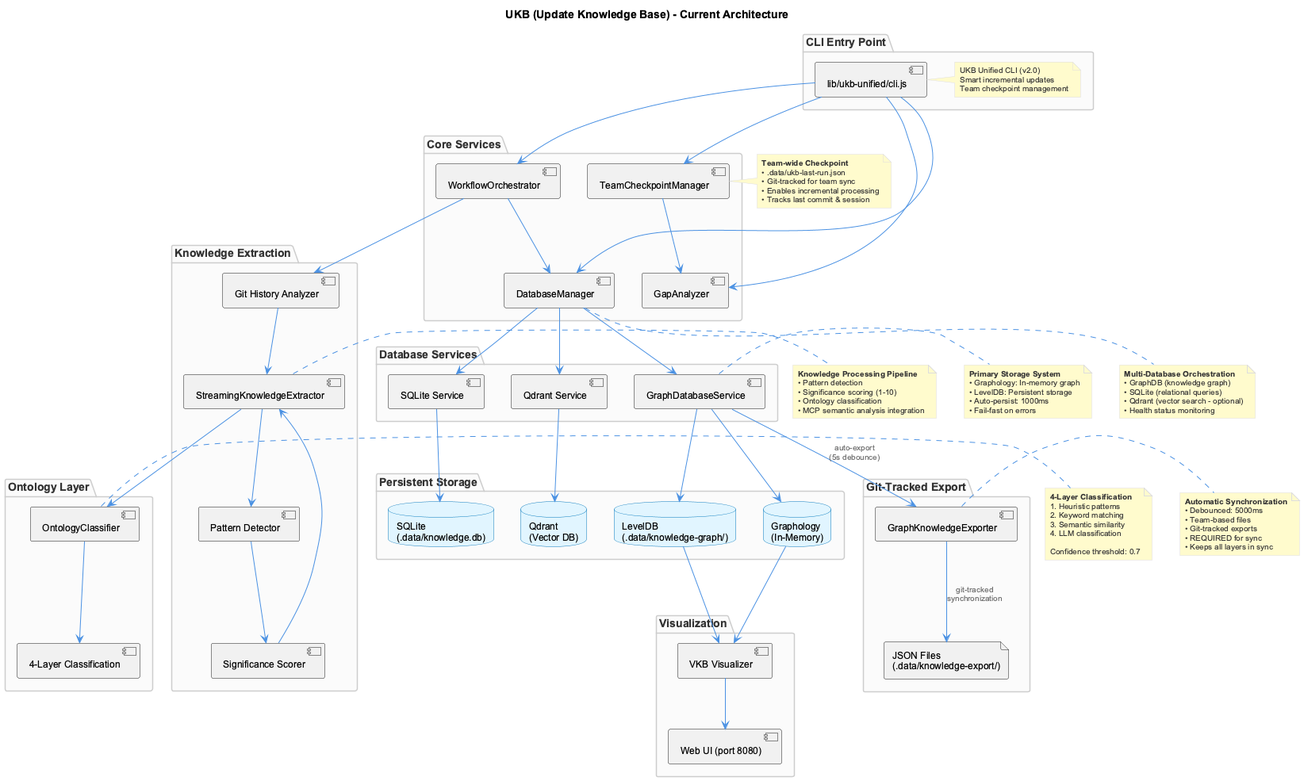
Earlier version of the PlantUML export docs-content/images/ukb-architecture.png (fwornle/coding).
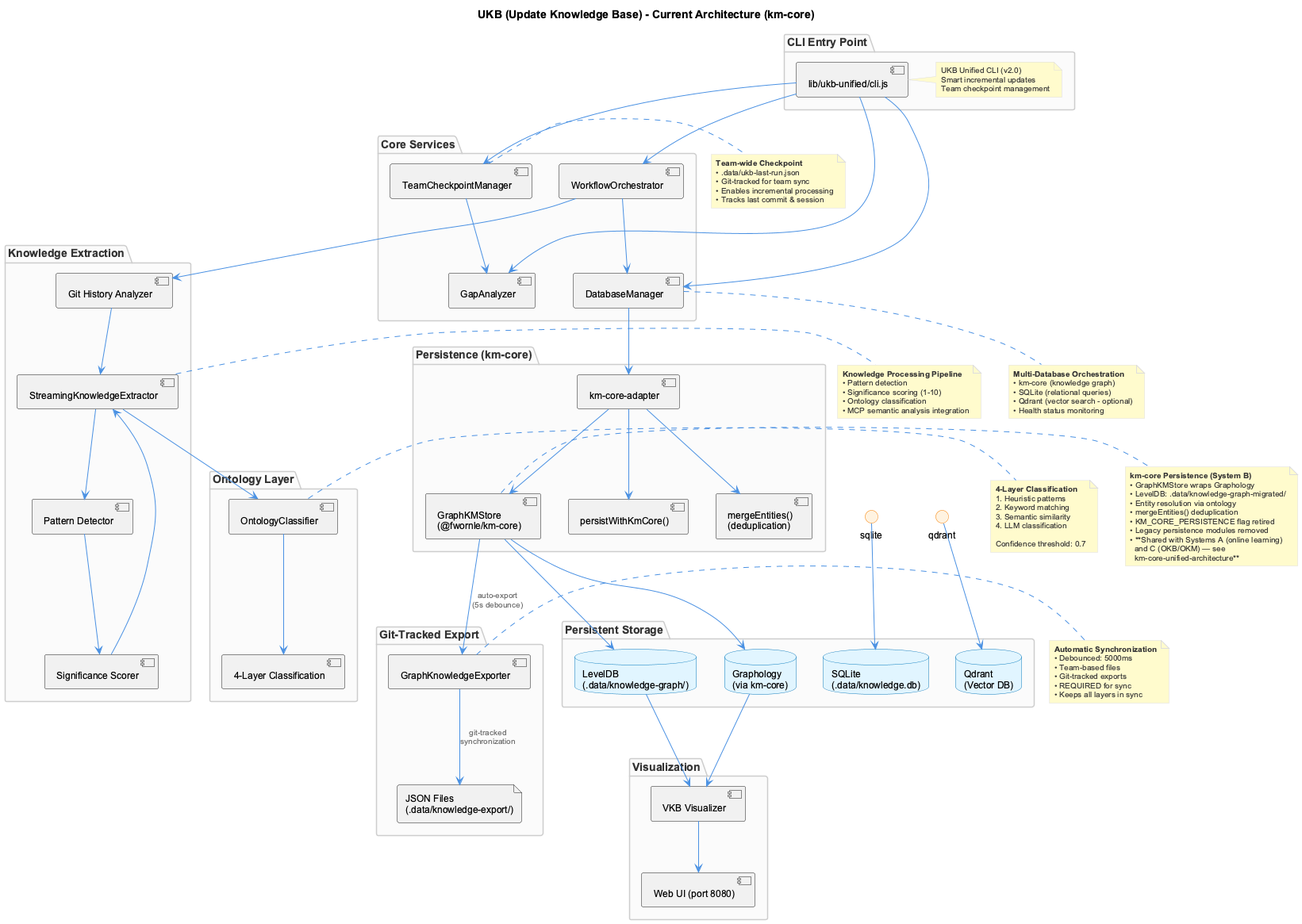
After the commit.

Diff of the diagram source:
```diff
@@ -1,7 +1,7 @@
 @startuml ukb-architecture
 !include _standard-style.puml
 
-title UKB (Update Knowledge Base) - Current Architecture
+title UKB (Update Knowledge Base) - Current Architecture (km-core)
 
 top to bottom direction
 
@@ -33,14 +33,15 @@
   [4-Layer Classification] as layers
 }
 
-package "Database Services" {
-  [GraphDatabaseService] as graph_db
-  [SQLite Service] as sqlite
-  [Qdrant Service] as qdrant
+package "Persistence (km-core)" {
+  [km-core-adapter] as km_adapter
+  [GraphKMStore\n(@fwornle/km-core)] as km_store
+  [persistWithKmCore()] as persist_fn
+  [mergeEntities()\n(deduplication)] as merge_fn
 }
 
 package "Persistent Storage" {
-  database "Graphology\n(In-Memory)" as graphology
+  database "Graphology\n(via km-core)" as graphology
   database "LevelDB\n(.data/knowledge-graph/)" as leveldb
   database "SQLite\n(.data/knowledge.db)" as sqlite_db
   database "Qdrant\n(Vector DB)" as qdrant_db
@@ -71,18 +72,19 @@
 extractor --> ontology
 ontology --> layers
 
-db_mgr --> graph_db
-db_mgr --> sqlite
-db_mgr --> qdrant
+db_mgr --> km_adapter
+km_adapter --> km_store
+km_adapter --> persist_fn
+km_adapter --> merge_fn
 
 checkpoint --> gap
 
-graph_db --> graphology
-graph_db --> leveldb
+km_store --> graphology
+km_store --> leveldb
 sqlite --> sqlite_db
 qdrant --> qdrant_db
 
-graph_db --> exporter : auto-export\n(5s debounce)
+km_store --> exporter : auto-export\n(5s debounce)
 exporter --> json_export : git-tracked\nsynchronization
 
 leveldb --> vkb
@@ -97,12 +99,17 @@
   • Tracks last commit & session
 end note
 
-note right of graph_db
-  **Primary Storage System**
-  • Graphology: In-memory graph
-  • LevelDB: Persistent storage
-  • Auto-persist: 1000ms
-  • Fail-fast on errors
+note right of km_store
+  **km-core Persistence (System B)**
+  • GraphKMStore wraps Graphology
+  • LevelDB: .data/knowledge-graph-migrated/
+  • Entity resolution via ontology
+  • mergeEntities() deduplication
+  • KM_CORE_PERSISTENCE flag retired
+  • Legacy persistence modules removed
+  • **Shared with Systems A (online learning)
+    and C (OKB/OKM) — see
+    km-core-unified-architecture**
 end note
 
 note right of extractor
@@ -134,7 +141,7 @@
 
 note bottom of db_mgr
   **Multi-Database Orchestration**
-  • GraphDB (knowledge graph)
+  • km-core (knowledge graph)
   • SQLite (relational queries)
   • Qdrant (vector search - optional)
   • Health status monitoring
```
